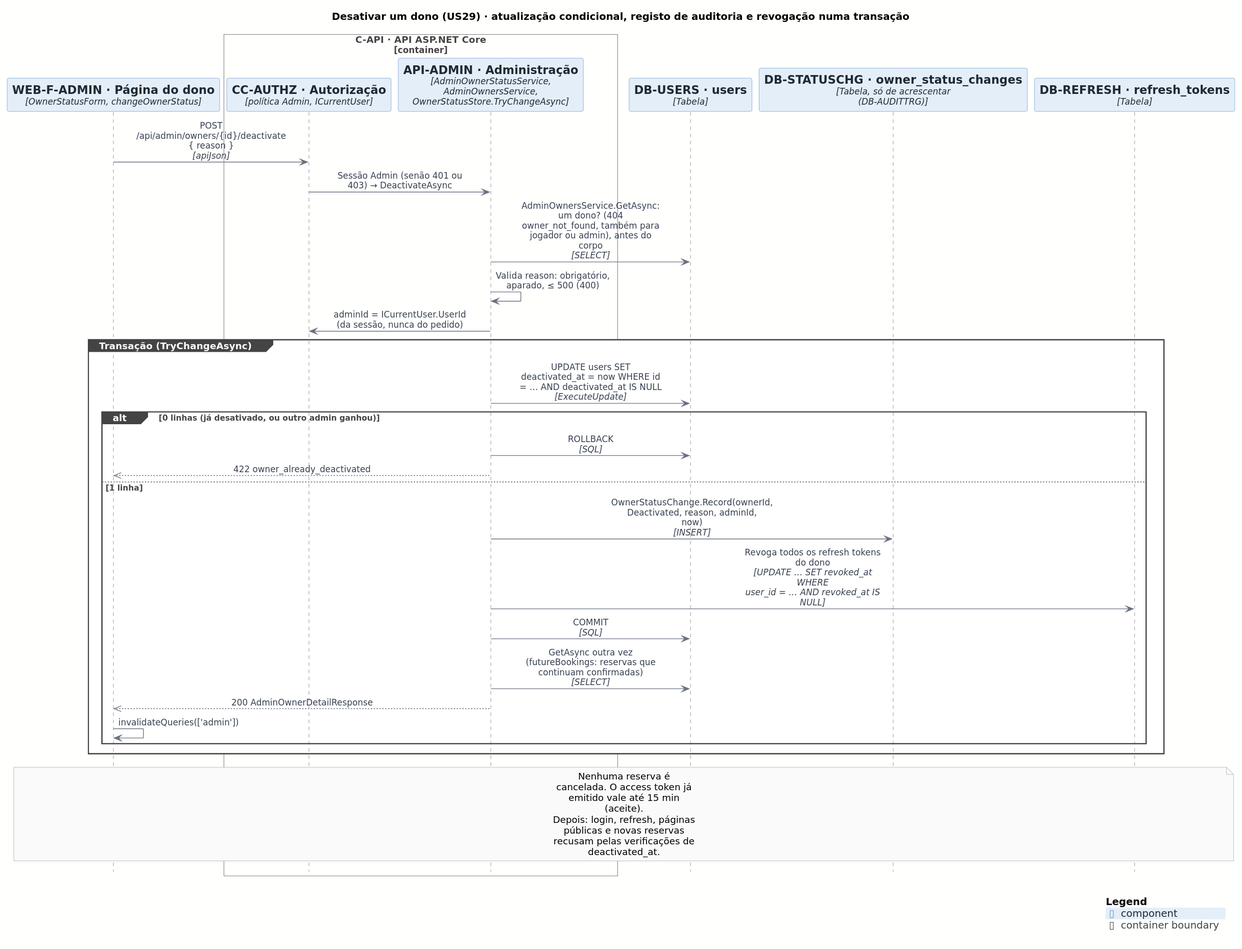
The PlantUML diagram docs/architecture/out/process-owner-deactivation.svg in rodrigo4sousa/SportsEstablishments, before a commit.
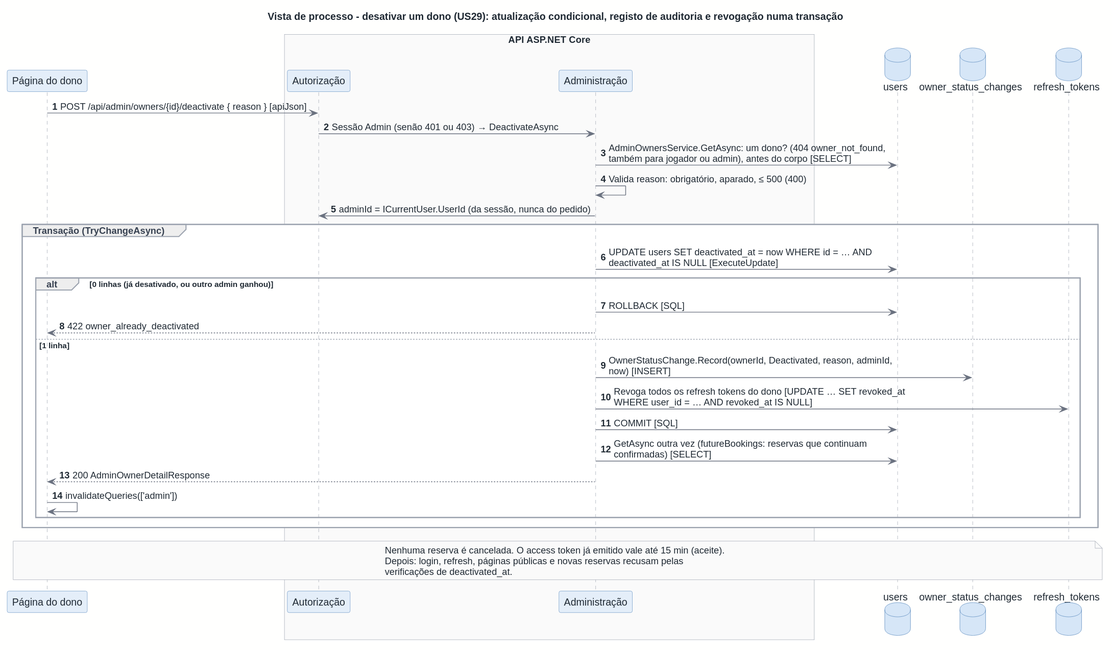
Later version of the same file.

Diff of the diagram source:
```diff
@@ -1,38 +1,36 @@
 @startuml
-!include <C4/C4_Sequence>
 !include ../style.puml
 
-title Desativar um dono (US29) · atualização condicional, registo de auditoria e revogação numa transação
+title Vista de processo - desativar um dono (US29): atualização condicional, registo de auditoria e revogação numa transação
+autonumber
 
-Component(WEB_F_ADMIN, "WEB-F-ADMIN · Página do dono", "OwnerStatusForm, changeOwnerStatus")
-Container_Boundary(C_API, "C-API · API ASP.NET Core")
-  Component(CC_AUTHZ, "CC-AUTHZ · Autorização", "política Admin, ICurrentUser")
-  Component(API_ADMIN, "API-ADMIN · Administração", "AdminOwnerStatusService, AdminOwnersService, OwnerStatusStore.TryChangeAsync")
-Boundary_End()
-ComponentDb(DB_USERS, "DB-USERS · users", "Tabela")
-ComponentDb(DB_STATUSCHG, "DB-STATUSCHG · owner_status_changes", "Tabela, só de acrescentar (DB-AUDITTRG)")
-ComponentDb(DB_REFRESH, "DB-REFRESH · refresh_tokens", "Tabela")
+participant "Página do dono" as WEB_F_ADMIN
+box "API ASP.NET Core"
+  participant "Autorização" as CC_AUTHZ
+  participant "Administração" as API_ADMIN
+end box
+database "users" as DB_USERS
+database "owner_status_changes" as DB_STATUSCHG
+database "refresh_tokens" as DB_REFRESH
 
-Rel(WEB_F_ADMIN, CC_AUTHZ, $plain("POST /api/admin/owners/{id}/deactivate { reason }"), "apiJson")
-Rel(CC_AUTHZ, API_ADMIN, $plain("Sessão Admin (senão 401 ou 403) → DeactivateAsync"))
-Rel(API_ADMIN, DB_USERS, $plain("AdminOwnersService.GetAsync: um dono? (404 owner_not_found, também para jogador ou admin), antes do corpo"), "SELECT")
-Rel(API_ADMIN, API_ADMIN, $plain("Valida reason: obrigatório, aparado, ≤ 500 (400)"))
-Rel(API_ADMIN, CC_AUTHZ, $plain("adminId = ICurrentUser.UserId (da sessão, nunca do pedido)"))
+WEB_F_ADMIN -> CC_AUTHZ : POST /api/admin/owners/{id}/deactivate { reason } [apiJson]
+CC_AUTHZ -> API_ADMIN : Sessão Admin (senão 401 ou 403) → DeactivateAsync
+API_ADMIN -> DB_USERS : AdminOwnersService.GetAsync: um dono? (404 owner_not_found,\ntambém para jogador ou admin), antes do corpo [SELECT]
+API_ADMIN -> API_ADMIN : Valida reason: obrigatório, aparado, ≤ 500 (400)
+API_ADMIN -> CC_AUTHZ : adminId = ICurrentUser.UserId (da sessão, nunca do pedido)
 group Transação (TryChangeAsync)
-  Rel(API_ADMIN, DB_USERS, $plain("UPDATE users SET deactivated_at = now WHERE id = … AND deactivated_at IS NULL"), "ExecuteUpdate")
+  API_ADMIN -> DB_USERS : UPDATE users SET deactivated_at = now WHERE id = … AND\ndeactivated_at IS NULL [ExecuteUpdate]
   alt 0 linhas (já desativado, ou outro admin ganhou)
-    Rel(API_ADMIN, DB_USERS, $plain("ROLLBACK"), "SQL")
-    Rel_Back(WEB_F_ADMIN, API_ADMIN, $plain("422 owner_already_deactivated"))
+    API_ADMIN -> DB_USERS : ROLLBACK [SQL]
+    API_ADMIN --> WEB_F_ADMIN : 422 owner_already_deactivated
   else 1 linha
-    Rel(API_ADMIN, DB_STATUSCHG, $plain("OwnerStatusChange.Record(ownerId, Deactivated, reason, adminId, now)"), "INSERT")
-    Rel(API_ADMIN, DB_REFRESH, $plain("Revoga todos os refresh tokens do dono"), "UPDATE … SET revoked_at WHERE user_id = … AND revoked_at IS NULL")
-    Rel(API_ADMIN, DB_USERS, $plain("COMMIT"), "SQL")
-    Rel(API_ADMIN, DB_USERS, $plain("GetAsync outra vez (futureBookings: reservas que continuam confirmadas)"), "SELECT")
-    Rel_Back(WEB_F_ADMIN, API_ADMIN, $plain("200 AdminOwnerDetailResponse"))
-    Rel(WEB_F_ADMIN, WEB_F_ADMIN, $plain("invalidateQueries(['admin'])"))
+    API_ADMIN -> DB_STATUSCHG : OwnerStatusChange.Record(ownerId, Deactivated, reason, adminId,\nnow) [INSERT]
+    API_ADMIN -> DB_REFRESH : Revoga todos os refresh tokens do dono [UPDATE … SET revoked_at\nWHERE user_id = … AND revoked_at IS NULL]
+    API_ADMIN -> DB_USERS : COMMIT [SQL]
+    API_ADMIN -> DB_USERS : GetAsync outra vez (futureBookings: reservas que continuam\nconfirmadas) [SELECT]
+    API_ADMIN --> WEB_F_ADMIN : 200 AdminOwnerDetailResponse
+    WEB_F_ADMIN -> WEB_F_ADMIN : invalidateQueries(['admin'])
   end
 end
-note over WEB_F_ADMIN, DB_REFRESH: Nenhuma reserva é cancelada. O access token já emitido vale até 15 min (aceite).\nDepois: login, refresh, páginas públicas e novas reservas recusam pelas verificações de deactivated_at.
-
-SHOW_LEGEND()
+note over WEB_F_ADMIN, DB_REFRESH: Nenhuma reserva é cancelada. O access token já emitido vale até 15 min (aceite).\nDepois: login, refresh, páginas públicas e novas reservas recusam pelas\nverificações de deactivated_at.
 @enduml
```
